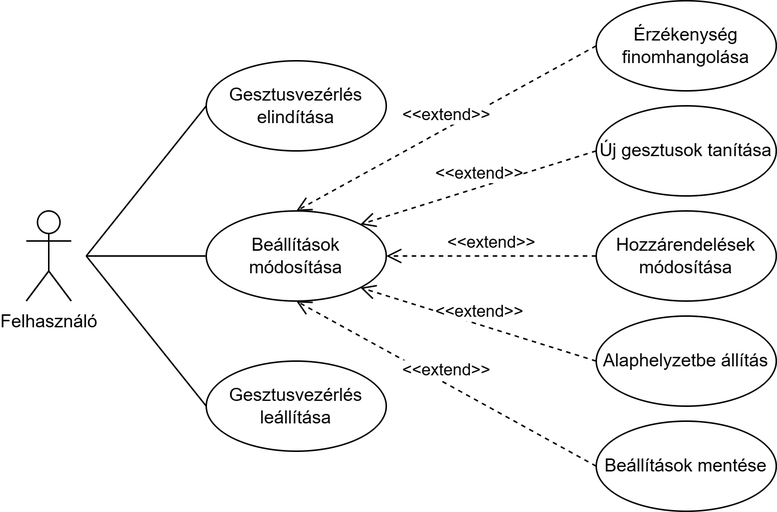
Above: Diagramok/UseCase.png in Excal21/GestureBoard (draw.io), before the change. Source tidied: cells renumbered, new cells last; positions are measured from the earlier drawing's top-left corner, leaving out a move shared by most shapes. Source of this version:
```xml
<mxGraphModel>
  <root>
    <mxCell id="0" />
    <mxCell id="1" parent="0" />
    <mxCell id="2" value="Felhasználó" style="shape=umlActor;verticalLabelPosition=bottom;verticalAlign=top;html=1;" parent="1" vertex="1">
      <mxGeometry y="140" width="30" height="60" as="geometry" />
    </mxCell>
    <mxCell id="3" value="Gesztusvezérlés elindítása" style="ellipse;whiteSpace=wrap;html=1;" parent="1" vertex="1">
      <mxGeometry x="120" y="40" width="120" height="60" as="geometry" />
    </mxCell>
    <mxCell id="4" value="Beállítások módosítása" style="ellipse;whiteSpace=wrap;html=1;" parent="1" vertex="1">
      <mxGeometry x="120" y="140" width="120" height="60" as="geometry" />
    </mxCell>
    <mxCell id="5" style="endArrow=none;html=1;rounded=0;entryX=0;entryY=0.5;entryDx=0;entryDy=0;" parent="1" edge="1" target="3">
      <mxGeometry relative="1" as="geometry">
        <mxPoint x="40" y="170" as="sourcePoint" />
      </mxGeometry>
    </mxCell>
    <mxCell id="6" style="endArrow=none;html=1;rounded=0;entryX=0;entryY=0.5;entryDx=0;entryDy=0;" parent="1" edge="1" target="4">
      <mxGeometry relative="1" as="geometry">
        <mxPoint x="40" y="170" as="sourcePoint" />
      </mxGeometry>
    </mxCell>
    <mxCell id="7" value="Új gesztusok tanítása" style="ellipse;whiteSpace=wrap;html=1;" parent="1" vertex="1">
      <mxGeometry x="380" y="70" width="120" height="60" as="geometry" />
    </mxCell>
    <mxCell id="8" value="&amp;lt;&amp;lt;extend&amp;gt;&amp;gt;" style="html=1;verticalAlign=bottom;endArrow=open;dashed=1;endSize=8;curved=0;rounded=0;exitX=0;exitY=0.5;exitDx=0;exitDy=0;entryX=1;entryY=0;entryDx=0;entryDy=0;" parent="1" edge="1" source="7" target="4">
      <mxGeometry relative="1" as="geometry" />
    </mxCell>
    <mxCell id="9" value="Hozzárendelések módosítása" style="ellipse;whiteSpace=wrap;html=1;" parent="1" vertex="1">
      <mxGeometry x="380" y="140" width="120" height="60" as="geometry" />
    </mxCell>
    <mxCell id="10" value="&amp;lt;&amp;lt;extend&amp;gt;&amp;gt;" style="html=1;verticalAlign=bottom;endArrow=open;dashed=1;endSize=8;curved=0;rounded=0;exitX=0;exitY=0.5;exitDx=0;exitDy=0;entryX=1;entryY=0.5;entryDx=0;entryDy=0;" parent="1" edge="1" source="9" target="4">
      <mxGeometry relative="1" as="geometry" />
    </mxCell>
    <mxCell id="11" value="Érzékenység finomhangolása" style="ellipse;whiteSpace=wrap;html=1;" parent="1" vertex="1">
      <mxGeometry x="380" width="120" height="60" as="geometry" />
    </mxCell>
    <mxCell id="12" value="&amp;lt;&amp;lt;extend&amp;gt;&amp;gt;" style="html=1;verticalAlign=bottom;endArrow=open;dashed=1;endSize=8;curved=0;rounded=0;exitX=0;exitY=0.5;exitDx=0;exitDy=0;entryX=0.5;entryY=0;entryDx=0;entryDy=0;" parent="1" edge="1" source="11" target="4">
      <mxGeometry relative="1" as="geometry" />
    </mxCell>
    <mxCell id="13" value="&amp;lt;&amp;lt;extend&amp;gt;&amp;gt;" style="html=1;verticalAlign=bottom;endArrow=open;dashed=1;endSize=8;curved=0;rounded=0;entryX=1;entryY=1;entryDx=0;entryDy=0;exitX=0;exitY=0.5;exitDx=0;exitDy=0;" parent="1" edge="1" source="14" target="4">
      <mxGeometry relative="1" as="geometry" />
    </mxCell>
    <mxCell id="14" value="Alaphelyzetbe állítás" style="ellipse;whiteSpace=wrap;html=1;" parent="1" vertex="1">
      <mxGeometry x="380" y="210" width="120" height="60" as="geometry" />
    </mxCell>
    <mxCell id="15" value="Beállítások mentése" style="ellipse;whiteSpace=wrap;html=1;" parent="1" vertex="1">
      <mxGeometry x="380" y="280" width="120" height="60" as="geometry" />
    </mxCell>
    <mxCell id="16" value="&amp;lt;&amp;lt;extend&amp;gt;&amp;gt;" style="html=1;verticalAlign=bottom;endArrow=open;dashed=1;endSize=8;curved=0;rounded=0;entryX=0.5;entryY=1;entryDx=0;entryDy=0;exitX=0;exitY=0.5;exitDx=0;exitDy=0;" parent="1" edge="1" source="15" target="4">
      <mxGeometry relative="1" as="geometry" />
    </mxCell>
    <mxCell id="17" style="endArrow=none;html=1;rounded=0;entryX=0;entryY=0.5;entryDx=0;entryDy=0;" parent="1" edge="1" target="18">
      <mxGeometry relative="1" as="geometry">
        <mxPoint x="40" y="170" as="sourcePoint" />
      </mxGeometry>
    </mxCell>
    <mxCell id="18" value="Gesztusvezérlés leállítása" style="ellipse;whiteSpace=wrap;html=1;" parent="1" vertex="1">
      <mxGeometry x="120" y="240" width="120" height="60" as="geometry" />
    </mxCell>
  </root>
</mxGraphModel>
```
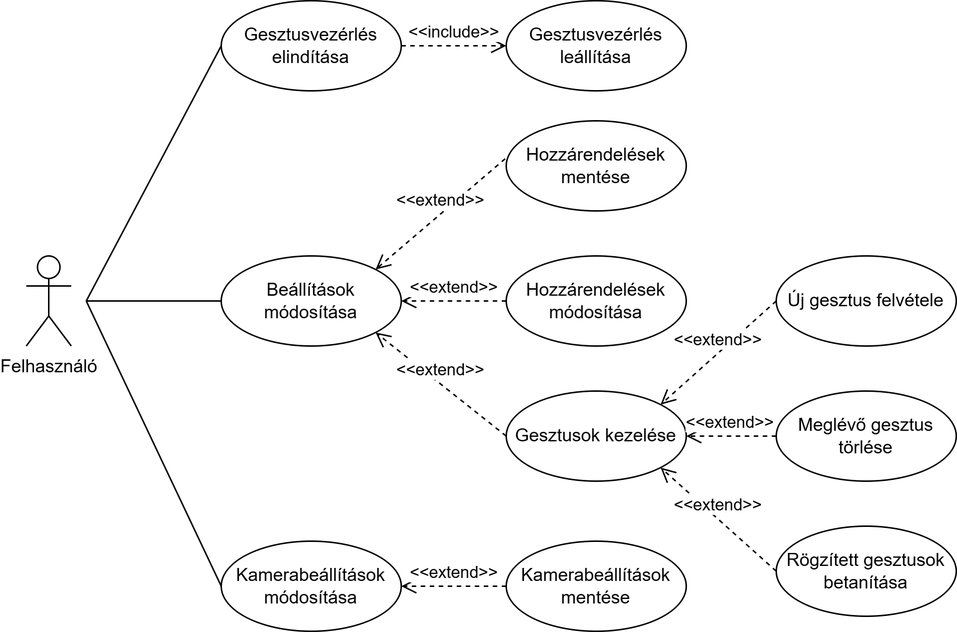
After the change.

Change to the diagram source:
```diff
@@ -3,61 +3,79 @@
     <mxCell id="0" />
     <mxCell id="1" parent="0" />
     <mxCell id="2" value="Felhasználó" style="shape=umlActor;verticalLabelPosition=bottom;verticalAlign=top;html=1;" parent="1" vertex="1">
-      <mxGeometry y="140" width="30" height="60" as="geometry" />
+      <mxGeometry x="-10" y="130" width="30" height="60" as="geometry" />
     </mxCell>
     <mxCell id="3" value="Gesztusvezérlés elindítása" style="ellipse;whiteSpace=wrap;html=1;" parent="1" vertex="1">
-      <mxGeometry x="120" y="40" width="120" height="60" as="geometry" />
+      <mxGeometry x="120" y="-40" width="120" height="60" as="geometry" />
     </mxCell>
     <mxCell id="4" value="Beállítások módosítása" style="ellipse;whiteSpace=wrap;html=1;" parent="1" vertex="1">
-      <mxGeometry x="120" y="140" width="120" height="60" as="geometry" />
+      <mxGeometry x="120" y="130" width="120" height="60" as="geometry" />
     </mxCell>
     <mxCell id="5" style="endArrow=none;html=1;rounded=0;entryX=0;entryY=0.5;entryDx=0;entryDy=0;" parent="1" edge="1" target="3">
       <mxGeometry relative="1" as="geometry">
-        <mxPoint x="40" y="170" as="sourcePoint" />
+        <mxPoint x="30" y="160" as="sourcePoint" />
       </mxGeometry>
     </mxCell>
     <mxCell id="6" style="endArrow=none;html=1;rounded=0;entryX=0;entryY=0.5;entryDx=0;entryDy=0;" parent="1" edge="1" target="4">
       <mxGeometry relative="1" as="geometry">
-        <mxPoint x="40" y="170" as="sourcePoint" />
+        <mxPoint x="30" y="160" as="sourcePoint" />
       </mxGeometry>
     </mxCell>
-    <mxCell id="7" value="Új gesztusok tanítása" style="ellipse;whiteSpace=wrap;html=1;" parent="1" vertex="1">
-      <mxGeometry x="380" y="70" width="120" height="60" as="geometry" />
-    </mxCell>
-    <mxCell id="8" value="&amp;lt;&amp;lt;extend&amp;gt;&amp;gt;" style="html=1;verticalAlign=bottom;endArrow=open;dashed=1;endSize=8;curved=0;rounded=0;exitX=0;exitY=0.5;exitDx=0;exitDy=0;entryX=1;entryY=0;entryDx=0;entryDy=0;" parent="1" edge="1" source="7" target="4">
-      <mxGeometry relative="1" as="geometry" />
-    </mxCell>
+    <mxCell id="18" value="Gesztusvezérlés leállítása" style="ellipse;whiteSpace=wrap;html=1;" parent="1" vertex="1">
+      <mxGeometry x="310" y="-40" width="120" height="60" as="geometry" />
+    </mxCell>
+    <mxCell id="19" value="&amp;lt;&amp;lt;include&amp;gt;&amp;gt;" style="html=1;verticalAlign=bottom;endArrow=open;dashed=1;endSize=8;curved=0;rounded=0;exitX=1;exitY=0.5;exitDx=0;exitDy=0;entryX=0;entryY=0.5;entryDx=0;entryDy=0;" parent="1" edge="1" source="3" target="18">
+      <mxGeometry relative="1" as="geometry" />
+    </mxCell>
+    <mxCell id="20" value="Kamerabeállítások módosítása" style="ellipse;whiteSpace=wrap;html=1;" parent="1" vertex="1">
+      <mxGeometry x="120" y="320" width="120" height="60" as="geometry" />
+    </mxCell>
+    <mxCell id="21" style="endArrow=none;html=1;rounded=0;entryX=0;entryY=0.5;entryDx=0;entryDy=0;" parent="1" edge="1" target="20">
+      <mxGeometry relative="1" as="geometry">
+        <mxPoint x="30" y="160" as="sourcePoint" />
+      </mxGeometry>
+    </mxCell>
     <mxCell id="9" value="Hozzárendelések módosítása" style="ellipse;whiteSpace=wrap;html=1;" parent="1" vertex="1">
-      <mxGeometry x="380" y="140" width="120" height="60" as="geometry" />
+      <mxGeometry x="310" y="130" width="120" height="60" as="geometry" />
     </mxCell>
-    <mxCell id="10" value="&amp;lt;&amp;lt;extend&amp;gt;&amp;gt;" style="html=1;verticalAlign=bottom;endArrow=open;dashed=1;endSize=8;curved=0;rounded=0;exitX=0;exitY=0.5;exitDx=0;exitDy=0;entryX=1;entryY=0.5;entryDx=0;entryDy=0;" parent="1" edge="1" source="9" target="4">
+    <mxCell id="10" value="&amp;lt;&amp;lt;extend&amp;gt;&amp;gt;" style="html=1;verticalAlign=bottom;endArrow=open;dashed=1;endSize=8;curved=0;rounded=0;entryX=1;entryY=0.5;entryDx=0;entryDy=0;exitX=0;exitY=0.5;exitDx=0;exitDy=0;" parent="1" edge="1" source="9" target="4">
       <mxGeometry relative="1" as="geometry" />
     </mxCell>
-    <mxCell id="11" value="Érzékenység finomhangolása" style="ellipse;whiteSpace=wrap;html=1;" parent="1" vertex="1">
-      <mxGeometry x="380" width="120" height="60" as="geometry" />
-    </mxCell>
-    <mxCell id="12" value="&amp;lt;&amp;lt;extend&amp;gt;&amp;gt;" style="html=1;verticalAlign=bottom;endArrow=open;dashed=1;endSize=8;curved=0;rounded=0;exitX=0;exitY=0.5;exitDx=0;exitDy=0;entryX=0.5;entryY=0;entryDx=0;entryDy=0;" parent="1" edge="1" source="11" target="4">
-      <mxGeometry relative="1" as="geometry" />
-    </mxCell>
-    <mxCell id="13" value="&amp;lt;&amp;lt;extend&amp;gt;&amp;gt;" style="html=1;verticalAlign=bottom;endArrow=open;dashed=1;endSize=8;curved=0;rounded=0;entryX=1;entryY=1;entryDx=0;entryDy=0;exitX=0;exitY=0.5;exitDx=0;exitDy=0;" parent="1" edge="1" source="14" target="4">
-      <mxGeometry relative="1" as="geometry" />
-    </mxCell>
-    <mxCell id="14" value="Alaphelyzetbe állítás" style="ellipse;whiteSpace=wrap;html=1;" parent="1" vertex="1">
-      <mxGeometry x="380" y="210" width="120" height="60" as="geometry" />
-    </mxCell>
-    <mxCell id="15" value="Beállítások mentése" style="ellipse;whiteSpace=wrap;html=1;" parent="1" vertex="1">
-      <mxGeometry x="380" y="280" width="120" height="60" as="geometry" />
-    </mxCell>
-    <mxCell id="16" value="&amp;lt;&amp;lt;extend&amp;gt;&amp;gt;" style="html=1;verticalAlign=bottom;endArrow=open;dashed=1;endSize=8;curved=0;rounded=0;entryX=0.5;entryY=1;entryDx=0;entryDy=0;exitX=0;exitY=0.5;exitDx=0;exitDy=0;" parent="1" edge="1" source="15" target="4">
-      <mxGeometry relative="1" as="geometry" />
-    </mxCell>
-    <mxCell id="17" style="endArrow=none;html=1;rounded=0;entryX=0;entryY=0.5;entryDx=0;entryDy=0;" parent="1" edge="1" target="18">
-      <mxGeometry relative="1" as="geometry">
-        <mxPoint x="40" y="170" as="sourcePoint" />
-      </mxGeometry>
-    </mxCell>
-    <mxCell id="18" value="Gesztusvezérlés leállítása" style="ellipse;whiteSpace=wrap;html=1;" parent="1" vertex="1">
-      <mxGeometry x="120" y="240" width="120" height="60" as="geometry" />
-    </mxCell>
+    <mxCell id="22" value="Gesztusok kezelése" style="ellipse;whiteSpace=wrap;html=1;" parent="1" vertex="1">
+      <mxGeometry x="310" y="220" width="120" height="60" as="geometry" />
+    </mxCell>
+    <mxCell id="23" value="&amp;lt;&amp;lt;extend&amp;gt;&amp;gt;" style="html=1;verticalAlign=bottom;endArrow=open;dashed=1;endSize=8;curved=0;rounded=0;exitX=0;exitY=0.5;exitDx=0;exitDy=0;entryX=1;entryY=1;entryDx=0;entryDy=0;" parent="1" edge="1" source="22" target="4">
+      <mxGeometry relative="1" as="geometry" />
+    </mxCell>
+    <mxCell id="24" value="Új gesztus felvétele" style="ellipse;whiteSpace=wrap;html=1;" parent="1" vertex="1">
+      <mxGeometry x="490" y="130" width="120" height="60" as="geometry" />
+    </mxCell>
+    <mxCell id="25" value="Meglévő gesztus törlése" style="ellipse;whiteSpace=wrap;html=1;" parent="1" vertex="1">
+      <mxGeometry x="490" y="220" width="120" height="60" as="geometry" />
+    </mxCell>
+    <mxCell id="26" value="Rögzített gesztusok betanítása" style="ellipse;whiteSpace=wrap;html=1;" parent="1" vertex="1">
+      <mxGeometry x="490" y="310" width="120" height="60" as="geometry" />
+    </mxCell>
+    <mxCell id="27" value="&amp;lt;&amp;lt;extend&amp;gt;&amp;gt;" style="html=1;verticalAlign=bottom;endArrow=open;dashed=1;endSize=8;curved=0;rounded=0;entryX=1;entryY=0;entryDx=0;entryDy=0;exitX=0;exitY=0.5;exitDx=0;exitDy=0;" parent="1" edge="1" source="24" target="22">
+      <mxGeometry relative="1" as="geometry" />
+    </mxCell>
+    <mxCell id="28" value="&amp;lt;&amp;lt;extend&amp;gt;&amp;gt;" style="html=1;verticalAlign=bottom;endArrow=open;dashed=1;endSize=8;curved=0;rounded=0;exitX=0;exitY=0.5;exitDx=0;exitDy=0;entryX=1;entryY=0.5;entryDx=0;entryDy=0;" parent="1" edge="1" source="25" target="22">
+      <mxGeometry relative="1" as="geometry" />
+    </mxCell>
+    <mxCell id="29" value="&amp;lt;&amp;lt;extend&amp;gt;&amp;gt;" style="html=1;verticalAlign=bottom;endArrow=open;dashed=1;endSize=8;curved=0;rounded=0;exitX=0;exitY=0.5;exitDx=0;exitDy=0;entryX=1;entryY=1;entryDx=0;entryDy=0;" parent="1" edge="1" source="26" target="22">
+      <mxGeometry relative="1" as="geometry" />
+    </mxCell>
+    <mxCell id="30" value="Hozzárendelések mentése" style="ellipse;whiteSpace=wrap;html=1;" parent="1" vertex="1">
+      <mxGeometry x="310" y="40" width="120" height="60" as="geometry" />
+    </mxCell>
+    <mxCell id="31" value="&amp;lt;&amp;lt;extend&amp;gt;&amp;gt;" style="html=1;verticalAlign=bottom;endArrow=open;dashed=1;endSize=8;curved=0;rounded=0;exitX=-0.006;exitY=0.421;exitDx=0;exitDy=0;exitPerimeter=0;entryX=1;entryY=0;entryDx=0;entryDy=0;" parent="1" edge="1" source="30" target="4">
+      <mxGeometry relative="1" as="geometry" />
+    </mxCell>
+    <mxCell id="32" value="Kamerabeállítások mentése" style="ellipse;whiteSpace=wrap;html=1;" parent="1" vertex="1">
+      <mxGeometry x="310" y="320" width="120" height="60" as="geometry" />
+    </mxCell>
+    <mxCell id="33" value="&amp;lt;&amp;lt;extend&amp;gt;&amp;gt;" style="html=1;verticalAlign=bottom;endArrow=open;dashed=1;endSize=8;curved=0;rounded=0;exitX=0;exitY=0.5;exitDx=0;exitDy=0;entryX=1;entryY=0.5;entryDx=0;entryDy=0;" parent="1" edge="1" source="32" target="20">
+      <mxGeometry relative="1" as="geometry" />
+    </mxCell>
   </root>
 </mxGraphModel>
```
